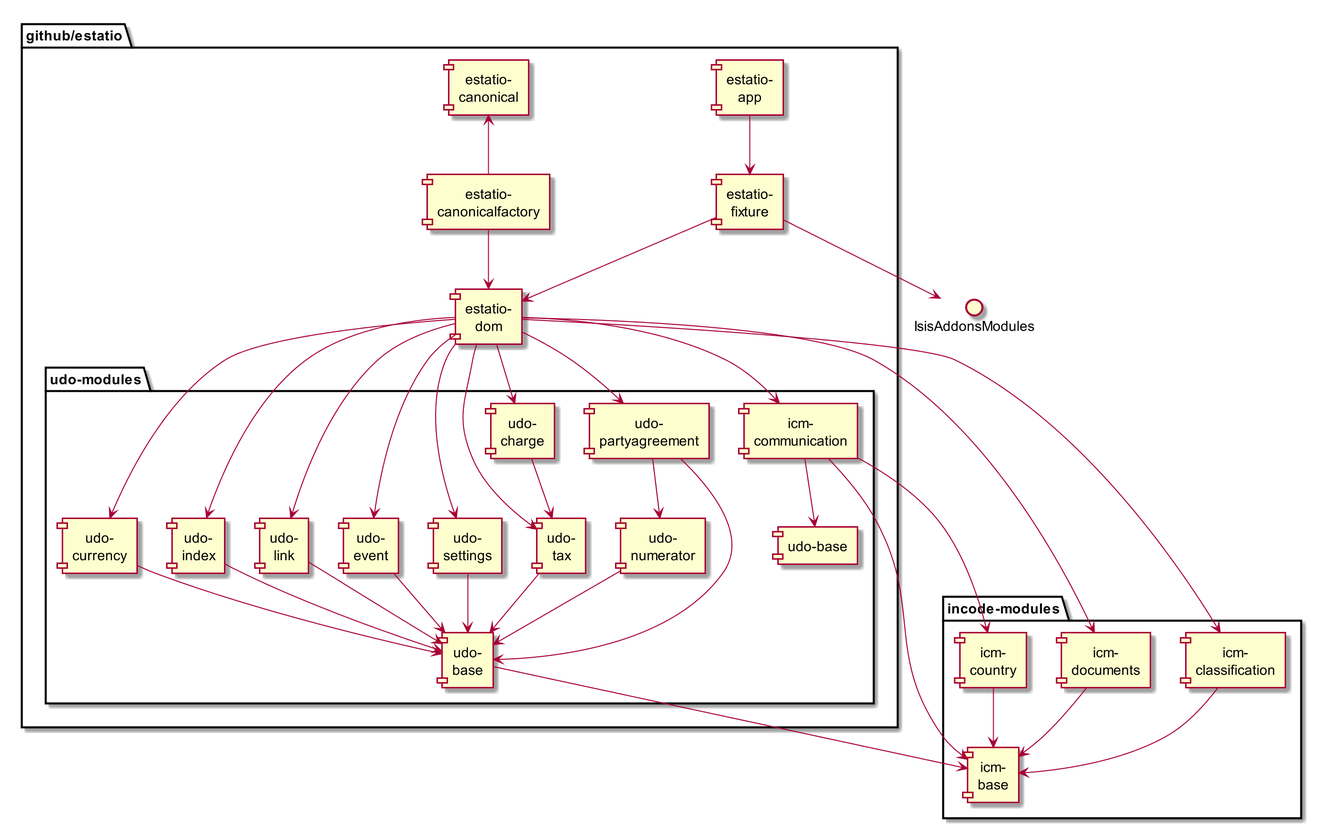
This is images/estatio-and-modules.png from incodehq/developers-guide, a PlantUML export, as it was before one commit.
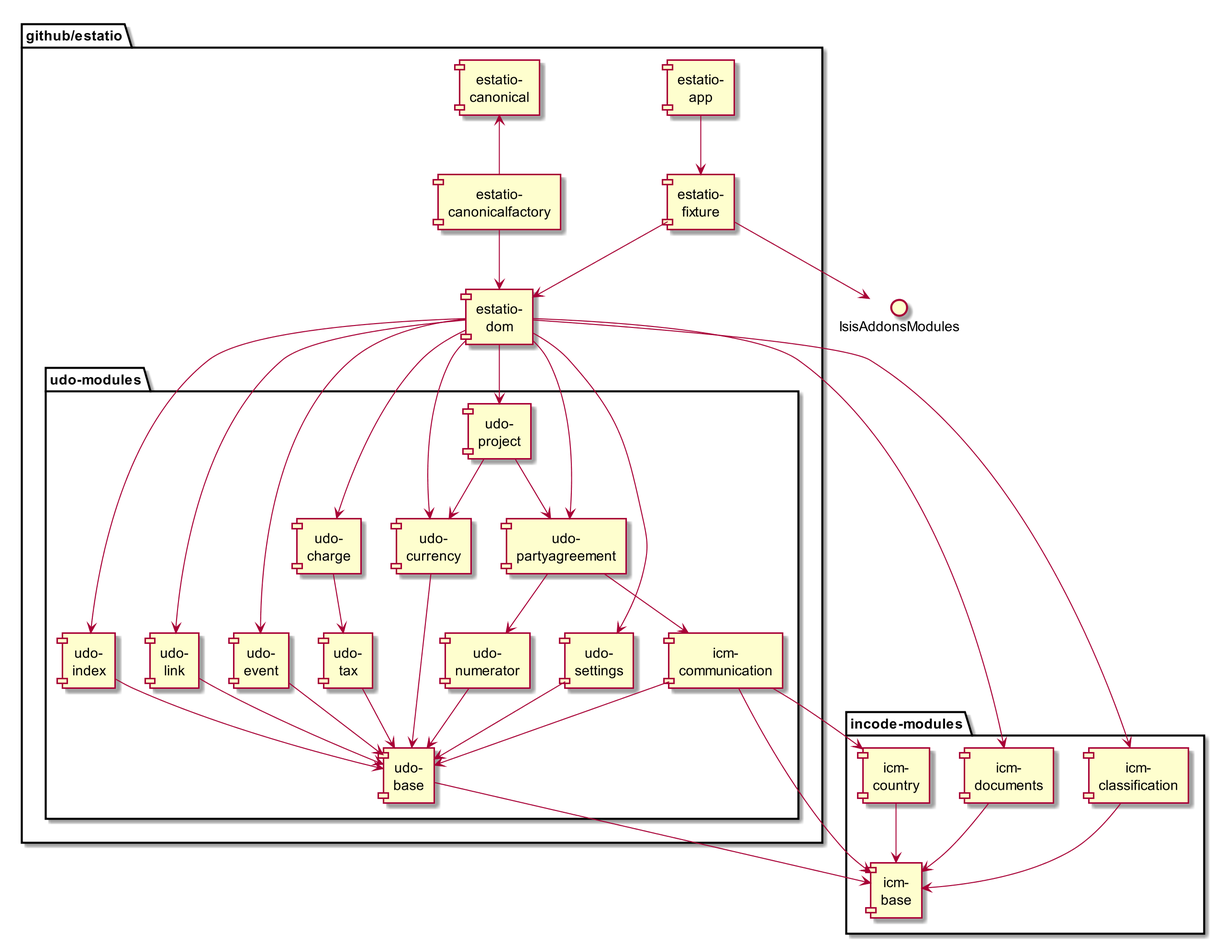
After the commit.

Commit message:
fixes the dependency graph for udo- modules

Diff of the diagram source:
```diff
@@ -19,7 +19,6 @@
         [udo-\ncharge]
 
         [udo-\ncharge] --> [udo-\ntax]
-        [udo-\npartyagreement] --> [udo-\nnumerator]
 
         [icm-\ncommunication]
 
@@ -27,23 +26,26 @@
         [udo-\nindex] --> [udo-\nbase]
         [udo-\nlink] --> [udo-\nbase]
         [udo-\nnumerator] --> [udo-\nbase]
-        [udo-\npartyagreement] --> [udo-\nbase]
         [udo-\ntax] --> [udo-\nbase]
         [udo-\nevent] --> [udo-\nbase]
         [udo-\nsettings] --> [udo-\nbase]
+        [udo-\nproject] --> [udo-\ncurrency]
+        [udo-\nproject] --> [udo-\npartyagreement]
 
-        [icm-\ncommunication] --> [udo-base]
+        [udo-\npartyagreement] --> [udo-\nnumerator]
+        [udo-\npartyagreement] --> [icm-\ncommunication]
+
+        [icm-\ncommunication] --> [udo-\nbase]
     }
 
+    [estatio-\ndom] --> [udo-\nproject]
     [estatio-\ndom] --> [udo-\ncharge]
     [estatio-\ndom] --> [udo-\ncurrency]
     [estatio-\ndom] --> [udo-\nindex]
     [estatio-\ndom] --> [udo-\nlink]
     [estatio-\ndom] --> [udo-\npartyagreement]
-    [estatio-\ndom] --> [udo-\ntax]
     [estatio-\ndom] --> [udo-\nevent]
     [estatio-\ndom] --> [udo-\nsettings]
-    [estatio-\ndom] --> [icm-\ncommunication]
 
 }
 
```
